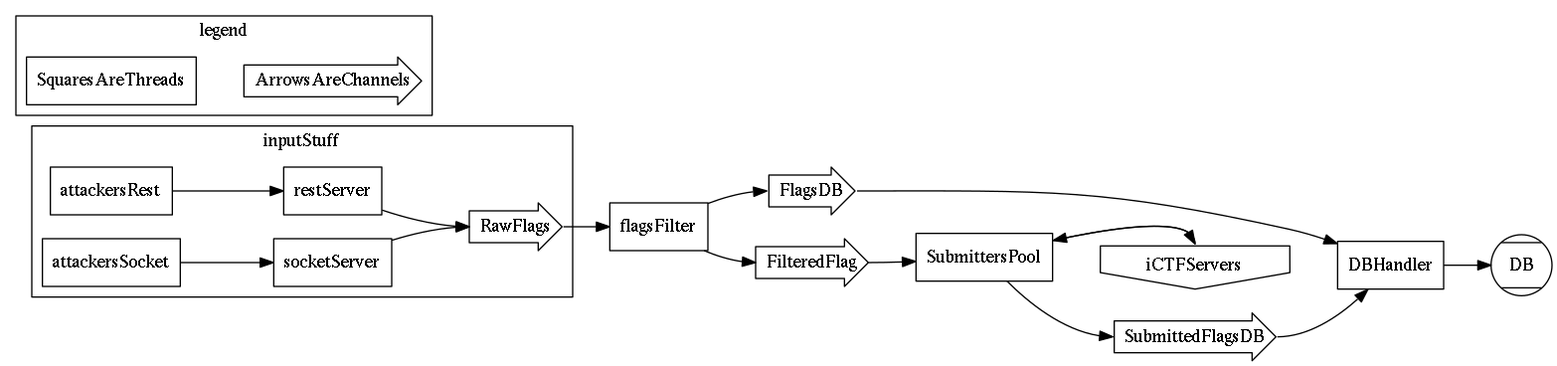
Above: schema_proposal.dot.png in TowerofHanoi/CTFsubmitter (Graphviz), before the change. Its source is kept beside it as schema_proposal.dot.
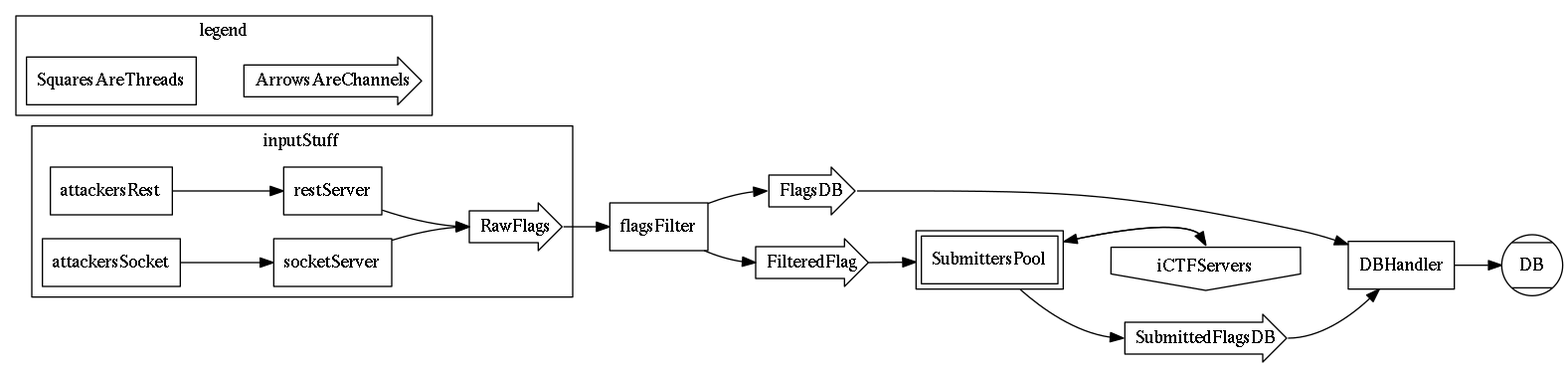
Later version of the same file.

Diff of the diagram source:
```diff
@@ -6,7 +6,9 @@
 	DB
 	node[shape=invhouse]
 	iCTFServers
-	node[shape=box]
+	node[peripheries=2 shape=rect]
+	SubmittersPool
+	node[peripheries=1 shape=box]
 	SquaresAreThreads
 	flagsFilter -> FlagsDB:w
 	flagsFilter -> FilteredFlag:w
```
